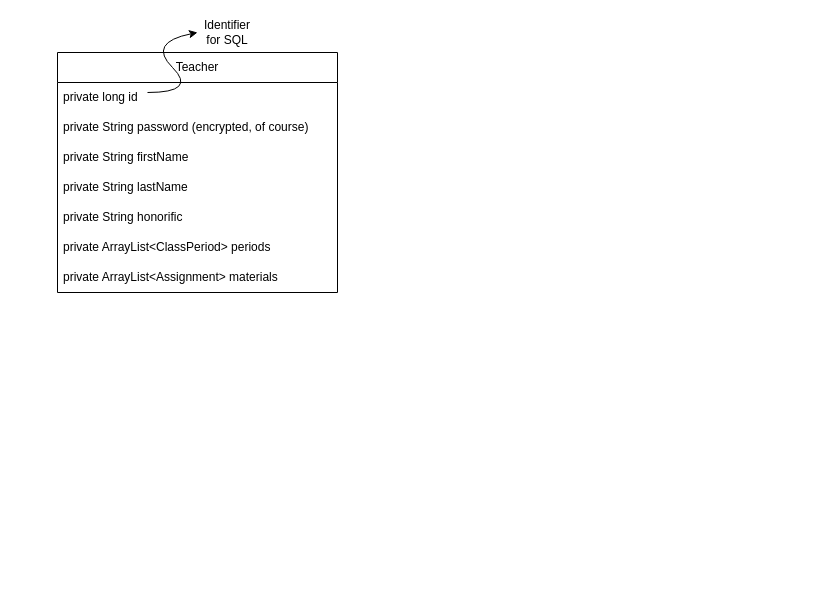
This is assets/teacherobject.drawio from John-sCC/jcc_frontend, a draw.io file, before an edit. Source tidied: cells renumbered, new cells numbered last; positions are measured from the earlier drawing's top-left corner, leaving out a move shared by most shapes. Both pictures are drawn from the tidied source at 100%, with x=0, y=0 at pixel (57, 17).
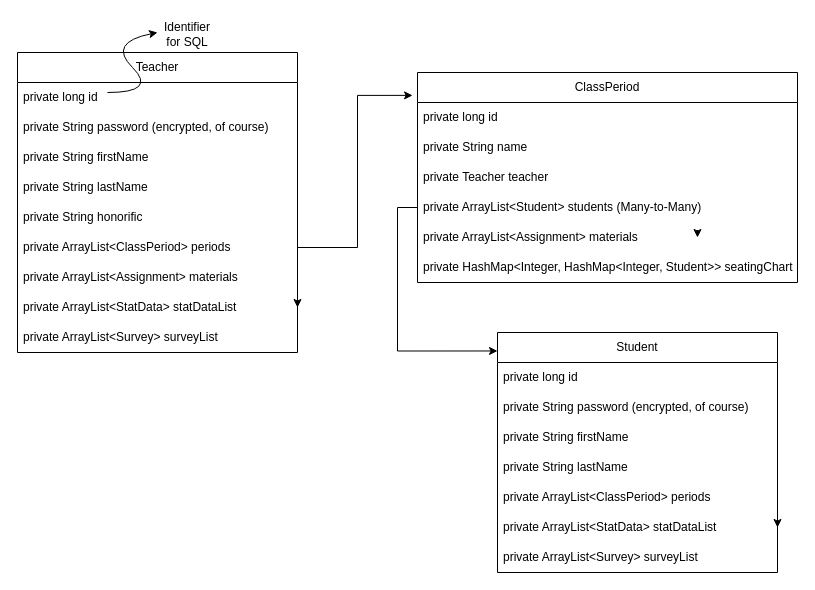
After the change.

Commit message:
Update teacherobject.drawio (add student & period)

Unchanged cells that the change refers to:
```xml
<mxCell id="9" value="private ArrayList&amp;lt;ClassPeriod&amp;gt; periods" style="text;html=1;strokeColor=none;fillColor=none;align=left;verticalAlign=middle;whiteSpace=wrap;rounded=0;spacingLeft=4;" parent="2" vertex="1">
  <mxGeometry y="180" width="280" height="30" as="geometry" />
</mxCell>
```

Diff of the diagram source:
```diff
@@
     <mxCell id="2" value="Teacher" style="swimlane;fontStyle=0;horizontal=1;startSize=30;whiteSpace=wrap;html=1;" parent="1" vertex="1">
-      <mxGeometry y="35" width="280" height="240" as="geometry" />
+      <mxGeometry x="-40" y="35" width="280" height="300" as="geometry" />
     </mxCell>
@@
+    <mxCell id="12" value="private ArrayList&amp;lt;StatData&amp;gt; statDataList" style="text;html=1;strokeColor=none;fillColor=none;align=left;verticalAlign=middle;whiteSpace=wrap;rounded=0;spacingLeft=4;" parent="2" vertex="1">
+      <mxGeometry y="240" width="280" height="30" as="geometry" />
+    </mxCell>
+    <mxCell id="13" style="edgeStyle=orthogonalEdgeStyle;rounded=0;orthogonalLoop=1;jettySize=auto;html=1;exitX=1;exitY=0.25;exitDx=0;exitDy=0;entryX=1;entryY=0.5;entryDx=0;entryDy=0;" parent="2" edge="1" source="12" target="12">
+      <mxGeometry relative="1" as="geometry" />
+    </mxCell>
+    <mxCell id="14" value="private ArrayList&amp;lt;Survey&amp;gt; surveyList" style="text;html=1;strokeColor=none;fillColor=none;align=left;verticalAlign=middle;whiteSpace=wrap;rounded=0;spacingLeft=4;" parent="2" vertex="1">
+      <mxGeometry y="270" width="280" height="30" as="geometry" />
+    </mxCell>
     <mxCell id="11" value="Identifier for SQL" style="text;html=1;strokeColor=none;fillColor=none;align=center;verticalAlign=middle;whiteSpace=wrap;rounded=0;" parent="1" vertex="1">
-      <mxGeometry x="140" width="60" height="30" as="geometry" />
+      <mxGeometry x="100" y="2" width="60" height="30" as="geometry" />
     </mxCell>
+    <mxCell id="15" value="Student" style="swimlane;fontStyle=0;horizontal=1;startSize=30;whiteSpace=wrap;html=1;" parent="1" vertex="1">
+      <mxGeometry x="440" y="315" width="280" height="240" as="geometry" />
+    </mxCell>
+    <mxCell id="16" value="private long id" style="text;strokeColor=none;fillColor=none;align=left;verticalAlign=middle;spacingLeft=4;spacingRight=4;overflow=hidden;whiteSpace=wrap;html=1;" parent="15" vertex="1">
+      <mxGeometry y="30" width="280" height="30" as="geometry" />
+    </mxCell>
+    <mxCell id="17" value="private String password (encrypted, of course)" style="text;html=1;strokeColor=none;fillColor=none;align=left;verticalAlign=middle;whiteSpace=wrap;rounded=0;spacingLeft=4;" parent="15" vertex="1">
+      <mxGeometry y="60" width="280" height="30" as="geometry" />
+    </mxCell>
+    <mxCell id="18" value="private String firstName" style="text;strokeColor=none;fillColor=none;align=left;verticalAlign=middle;spacingLeft=4;spacingRight=4;overflow=hidden;whiteSpace=wrap;html=1;" parent="15" vertex="1">
+      <mxGeometry y="90" width="280" height="30" as="geometry" />
+    </mxCell>
+    <mxCell id="19" value="private String lastName" style="text;strokeColor=none;fillColor=none;align=left;verticalAlign=middle;spacingLeft=4;spacingRight=4;overflow=hidden;whiteSpace=wrap;html=1;" parent="15" vertex="1">
+      <mxGeometry y="120" width="280" height="30" as="geometry" />
+    </mxCell>
+    <mxCell id="20" value="private ArrayList&amp;lt;ClassPeriod&amp;gt; periods" style="text;html=1;strokeColor=none;fillColor=none;align=left;verticalAlign=middle;whiteSpace=wrap;rounded=0;spacingLeft=4;" parent="15" vertex="1">
+      <mxGeometry y="150" width="280" height="30" as="geometry" />
+    </mxCell>
+    <mxCell id="21" value="private ArrayList&amp;lt;StatData&amp;gt; statDataList" style="text;html=1;strokeColor=none;fillColor=none;align=left;verticalAlign=middle;whiteSpace=wrap;rounded=0;spacingLeft=4;" parent="15" vertex="1">
+      <mxGeometry y="180" width="280" height="30" as="geometry" />
+    </mxCell>
+    <mxCell id="22" style="edgeStyle=orthogonalEdgeStyle;rounded=0;orthogonalLoop=1;jettySize=auto;html=1;exitX=1;exitY=0.25;exitDx=0;exitDy=0;entryX=1;entryY=0.5;entryDx=0;entryDy=0;" parent="15" edge="1" source="21" target="21">
+      <mxGeometry relative="1" as="geometry" />
+    </mxCell>
+    <mxCell id="23" value="private ArrayList&amp;lt;Survey&amp;gt; surveyList" style="text;html=1;strokeColor=none;fillColor=none;align=left;verticalAlign=middle;whiteSpace=wrap;rounded=0;spacingLeft=4;" parent="15" vertex="1">
+      <mxGeometry y="210" width="280" height="30" as="geometry" />
+    </mxCell>
+    <mxCell id="24" value="ClassPeriod" style="swimlane;fontStyle=0;horizontal=1;startSize=30;whiteSpace=wrap;html=1;" parent="1" vertex="1">
+      <mxGeometry x="360" y="55" width="380" height="210" as="geometry" />
+    </mxCell>
+    <mxCell id="25" value="private long id" style="text;strokeColor=none;fillColor=none;align=left;verticalAlign=middle;spacingLeft=4;spacingRight=4;overflow=hidden;whiteSpace=wrap;html=1;" parent="24" vertex="1">
+      <mxGeometry y="30" width="380" height="30" as="geometry" />
+    </mxCell>
+    <mxCell id="26" value="private String name" style="text;html=1;strokeColor=none;fillColor=none;align=left;verticalAlign=middle;whiteSpace=wrap;rounded=0;spacingLeft=4;" parent="24" vertex="1">
+      <mxGeometry y="60" width="380" height="30" as="geometry" />
+    </mxCell>
+    <mxCell id="27" value="private Teacher teacher" style="text;strokeColor=none;fillColor=none;align=left;verticalAlign=middle;spacingLeft=4;spacingRight=4;overflow=hidden;whiteSpace=wrap;html=1;" parent="24" vertex="1">
+      <mxGeometry y="90" width="380" height="30" as="geometry" />
+    </mxCell>
+    <mxCell id="28" value="private ArrayList&amp;lt;Student&amp;gt; students (Many-to-Many)" style="text;html=1;strokeColor=none;fillColor=none;align=left;verticalAlign=middle;whiteSpace=wrap;rounded=0;spacingLeft=4;" parent="24" vertex="1">
+      <mxGeometry y="120" width="380" height="30" as="geometry" />
+    </mxCell>
+    <mxCell id="29" style="edgeStyle=orthogonalEdgeStyle;rounded=0;orthogonalLoop=1;jettySize=auto;html=1;exitX=1;exitY=0.25;exitDx=0;exitDy=0;entryX=1;entryY=0.5;entryDx=0;entryDy=0;" parent="24" edge="1">
+      <mxGeometry relative="1" as="geometry">
+        <mxPoint x="280" y="157.5" as="sourcePoint" />
+        <mxPoint x="280" y="165" as="targetPoint" />
+      </mxGeometry>
+    </mxCell>
+    <mxCell id="30" value="private ArrayList&amp;lt;Assignment&amp;gt; materials" style="text;html=1;strokeColor=none;fillColor=none;align=left;verticalAlign=middle;whiteSpace=wrap;rounded=0;spacingLeft=4;" parent="24" vertex="1">
+      <mxGeometry y="150" width="380" height="30" as="geometry" />
+    </mxCell>
+    <mxCell id="31" value="private HashMap&amp;lt;Integer, HashMap&amp;lt;Integer, Student&amp;gt;&amp;gt; seatingChart" style="text;strokeColor=none;fillColor=none;align=left;verticalAlign=middle;spacingLeft=4;spacingRight=4;overflow=hidden;whiteSpace=wrap;html=1;" parent="24" vertex="1">
+      <mxGeometry y="180" width="380" height="30" as="geometry" />
+    </mxCell>
+    <mxCell id="32" style="edgeStyle=orthogonalEdgeStyle;rounded=0;jettySize=auto;html=1;exitX=1;exitY=0.5;exitDx=0;exitDy=0;entryX=-0.013;entryY=0.109;entryDx=0;entryDy=0;entryPerimeter=0;" parent="1" edge="1" source="9" target="24">
+      <mxGeometry relative="1" as="geometry" />
+    </mxCell>
+    <mxCell id="33" style="edgeStyle=orthogonalEdgeStyle;rounded=0;jettySize=auto;html=1;exitX=0;exitY=0.5;exitDx=0;exitDy=0;entryX=0;entryY=0.077;entryDx=0;entryDy=0;entryPerimeter=0;" parent="1" edge="1" source="28" target="15">
+      <mxGeometry relative="1" as="geometry" />
+    </mxCell>
```
